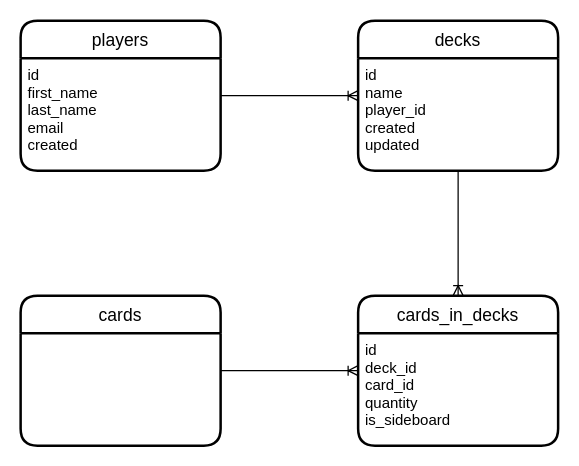
Earlier version of the draw.io diagram infrastructure/MTG API ERD.drawio (davidyell/Learning-Express-MTG-Api). Source tidied: cells renumbered, new cells numbered last; positions are measured from the earlier drawing's top-left corner, leaving out a move shared by most shapes. Both pictures are drawn from the tidied source at 125%, with x=0, y=0 at pixel (20, 20).
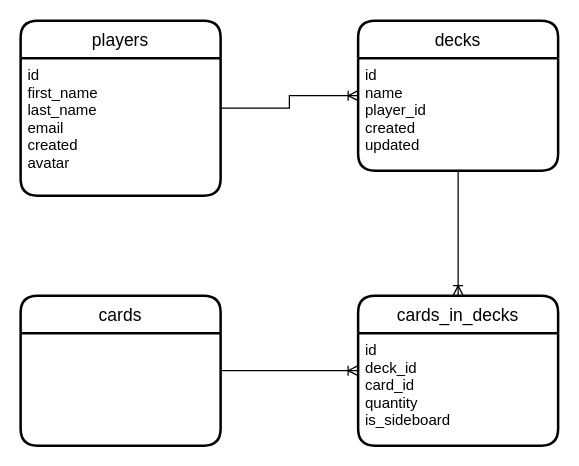
After the change.

The edit, as a diff of the source:
```diff
@@
 <mxGraphModel>
   <root>
     <mxCell id="0" />
     <mxCell id="1" parent="0" />
     <mxCell id="2" style="edgeStyle=orthogonalEdgeStyle;rounded=0;jettySize=auto;html=1;entryX=0;entryY=0.5;entryDx=0;entryDy=0;endArrow=ERoneToMany;endFill=0;" parent="1" edge="1" source="3" target="7">
       <mxGeometry relative="1" as="geometry" />
     </mxCell>
     <mxCell id="3" value="players" style="swimlane;horizontal=1;startSize=30;rounded=1;fontSize=14;fontStyle=0;strokeWidth=2;shadow=0;dashed=0;align=center;" parent="1" vertex="1">
-      <mxGeometry width="160" height="120" as="geometry" />
+      <mxGeometry width="160" height="140" as="geometry" />
     </mxCell>
-    <mxCell id="4" value="id&#10;first_name&#10;last_name&#10;email&#10;created" style="align=left;strokeColor=none;fillColor=none;spacingLeft=4;fontSize=12;verticalAlign=top;" parent="3" vertex="1">
-      <mxGeometry y="30" width="160" height="90" as="geometry" />
+    <mxCell id="4" value="id&#10;first_name&#10;last_name&#10;email&#10;created&#10;avatar" style="align=left;strokeColor=none;fillColor=none;spacingLeft=4;fontSize=12;verticalAlign=top;" parent="3" vertex="1">
+      <mxGeometry y="30" width="160" height="110" as="geometry" />
     </mxCell>
     <mxCell id="5" style="edgeStyle=orthogonalEdgeStyle;rounded=0;orthogonalLoop=1;jettySize=auto;html=1;exitX=0.5;exitY=1;exitDx=0;exitDy=0;" parent="3" edge="1" source="4" target="4">
       <mxGeometry relative="1" as="geometry" />
     </mxCell>
     <mxCell id="6" style="edgeStyle=orthogonalEdgeStyle;rounded=0;orthogonalLoop=1;jettySize=auto;html=1;exitX=0.5;exitY=1;exitDx=0;exitDy=0;" parent="1" edge="1">
       <mxGeometry relative="1" as="geometry">
         <mxPoint x="40" y="210" as="sourcePoint" />
         <mxPoint x="40" y="210" as="targetPoint" />
       </mxGeometry>
     </mxCell>
     <mxCell id="7" value="decks" style="swimlane;horizontal=1;startSize=30;rounded=1;fontSize=14;fontStyle=0;strokeWidth=2;shadow=0;dashed=0;align=center;" parent="1" vertex="1">
       <mxGeometry x="270" width="160" height="120" as="geometry" />
     </mxCell>
     <mxCell id="8" value="id&#10;name&#10;player_id&#10;created&#10;updated" style="align=left;strokeColor=none;fillColor=none;spacingLeft=4;fontSize=12;verticalAlign=top;" parent="7" vertex="1">
       <mxGeometry y="30" width="160" height="90" as="geometry" />
     </mxCell>
     <mxCell id="9" style="edgeStyle=orthogonalEdgeStyle;rounded=0;orthogonalLoop=1;jettySize=auto;html=1;exitX=0.5;exitY=1;exitDx=0;exitDy=0;" parent="7" edge="1" source="8" target="8">
       <mxGeometry relative="1" as="geometry" />
     </mxCell>
     <mxCell id="10" value="cards" style="swimlane;horizontal=1;startSize=30;rounded=1;fontSize=14;fontStyle=0;strokeWidth=2;shadow=0;dashed=0;align=center;" parent="1" vertex="1">
       <mxGeometry y="220" width="160" height="120" as="geometry" />
     </mxCell>
     <mxCell id="11" style="edgeStyle=orthogonalEdgeStyle;rounded=0;orthogonalLoop=1;jettySize=auto;html=1;exitX=0.5;exitY=1;exitDx=0;exitDy=0;" parent="10" edge="1">
       <mxGeometry relative="1" as="geometry">
         <mxPoint x="80" y="120" as="sourcePoint" />
         <mxPoint x="80" y="120" as="targetPoint" />
       </mxGeometry>
     </mxCell>
     <mxCell id="12" value="cards_in_decks" style="swimlane;horizontal=1;startSize=30;rounded=1;fontSize=14;fontStyle=0;strokeWidth=2;shadow=0;dashed=0;align=center;" parent="1" vertex="1">
       <mxGeometry x="270" y="220" width="160" height="120" as="geometry" />
     </mxCell>
     <mxCell id="13" value="id&#10;deck_id&#10;card_id&#10;quantity&#10;is_sideboard" style="align=left;strokeColor=none;fillColor=none;spacingLeft=4;fontSize=12;verticalAlign=top;" parent="12" vertex="1">
       <mxGeometry y="30" width="160" height="90" as="geometry" />
     </mxCell>
     <mxCell id="14" style="edgeStyle=orthogonalEdgeStyle;rounded=0;orthogonalLoop=1;jettySize=auto;html=1;exitX=0.5;exitY=1;exitDx=0;exitDy=0;" parent="12" edge="1" source="13" target="13">
       <mxGeometry relative="1" as="geometry" />
     </mxCell>
     <mxCell id="15" style="edgeStyle=entityRelationEdgeStyle;fontSize=12;html=1;endArrow=ERoneToMany;rounded=0;entryX=0;entryY=0.5;entryDx=0;entryDy=0;exitX=1;exitY=0.5;exitDx=0;exitDy=0;" parent="1" edge="1" source="10" target="12">
       <mxGeometry relative="1" as="geometry" />
     </mxCell>
     <mxCell id="16" style="edgeStyle=orthogonalEdgeStyle;rounded=0;jettySize=auto;html=1;exitX=0.5;exitY=1;exitDx=0;exitDy=0;entryX=0.5;entryY=0;entryDx=0;entryDy=0;endArrow=ERoneToMany;endFill=0;" parent="1" edge="1" source="8" target="12">
       <mxGeometry relative="1" as="geometry" />
     </mxCell>
   </root>
 </mxGraphModel>
```
